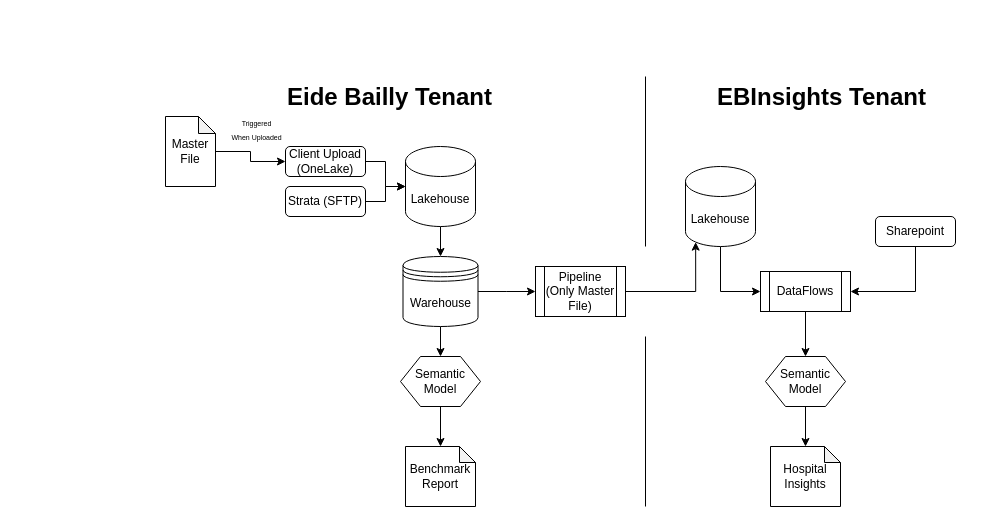
Earlier version of the draw.io diagram page "Master File Process" (1 of 5) of Strata Architecture.drawio (billjirik/drawio). Source tidied: cells renumbered, new cells numbered last; positions are measured from the earlier drawing's top-left corner, leaving out a move shared by most shapes. Both pictures are drawn from the tidied source at 100%, with x=0, y=0 at pixel (165, 76).
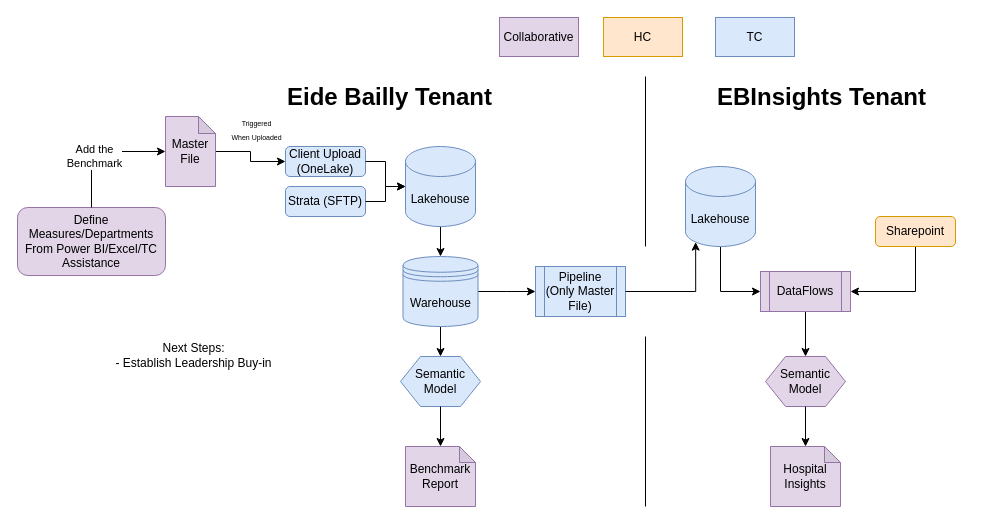
After the change.

The edit, as a diff of the source:
```diff
@@
-    <mxCell id="4" value="DataFlows" style="shape=process;whiteSpace=wrap;html=1;backgroundOutline=1;" parent="1" vertex="1">
+    <mxCell id="4" value="DataFlows" style="shape=process;whiteSpace=wrap;html=1;backgroundOutline=1;fillColor=#e1d5e7;strokeColor=#9673a6;" parent="1" vertex="1">
       <mxGeometry x="595" y="195" width="90" height="40" as="geometry" />
     </mxCell>
-    <mxCell id="5" value="Semantic Model" style="shape=hexagon;perimeter=hexagonPerimeter2;whiteSpace=wrap;html=1;fixedSize=1;" parent="1" vertex="1">
+    <mxCell id="5" value="Semantic Model" style="shape=hexagon;perimeter=hexagonPerimeter2;whiteSpace=wrap;html=1;fixedSize=1;fillColor=#dae8fc;strokeColor=#6c8ebf;" parent="1" vertex="1">
       <mxGeometry x="235" y="280" width="80" height="50" as="geometry" />
     </mxCell>
-    <mxCell id="6" value="Semantic Model" style="shape=hexagon;perimeter=hexagonPerimeter2;whiteSpace=wrap;html=1;fixedSize=1;" parent="1" vertex="1">
+    <mxCell id="6" value="Semantic Model" style="shape=hexagon;perimeter=hexagonPerimeter2;whiteSpace=wrap;html=1;fixedSize=1;fillColor=#e1d5e7;strokeColor=#9673a6;" parent="1" vertex="1">
       <mxGeometry x="600" y="280" width="80" height="50" as="geometry" />
     </mxCell>
@@
-    <mxCell id="8" value="Client Upload&lt;div&gt;(OneLake)&lt;/div&gt;" style="rounded=1;whiteSpace=wrap;html=1;" parent="1" vertex="1">
+    <mxCell id="8" value="Client Upload&lt;div&gt;(OneLake)&lt;/div&gt;" style="rounded=1;whiteSpace=wrap;html=1;fillColor=#dae8fc;strokeColor=#6c8ebf;" parent="1" vertex="1">
       <mxGeometry x="120" y="70" width="80" height="30" as="geometry" />
     </mxCell>
@@
-    <mxCell id="10" value="Sharepoint" style="rounded=1;whiteSpace=wrap;html=1;" parent="1" vertex="1">
+    <mxCell id="10" value="Sharepoint" style="rounded=1;whiteSpace=wrap;html=1;fillColor=#ffe6cc;strokeColor=#d79b00;" parent="1" vertex="1">
       <mxGeometry x="710" y="140" width="80" height="30" as="geometry" />
     </mxCell>
@@
-    <mxCell id="14" value="Lakehouse" style="shape=cylinder3;whiteSpace=wrap;html=1;boundedLbl=1;backgroundOutline=1;size=15;" parent="1" vertex="1">
+    <mxCell id="14" value="Lakehouse" style="shape=cylinder3;whiteSpace=wrap;html=1;boundedLbl=1;backgroundOutline=1;size=15;fillColor=#dae8fc;strokeColor=#6c8ebf;" parent="1" vertex="1">
       <mxGeometry x="240" y="70" width="70" height="80" as="geometry" />
     </mxCell>
@@
-    <mxCell id="16" value="Strata (SFTP)" style="rounded=1;whiteSpace=wrap;html=1;" parent="1" vertex="1">
+    <mxCell id="16" value="Strata (SFTP)" style="rounded=1;whiteSpace=wrap;html=1;fillColor=#dae8fc;strokeColor=#6c8ebf;" parent="1" vertex="1">
       <mxGeometry x="120" y="110" width="80" height="30" as="geometry" />
     </mxCell>
@@
-    <mxCell id="20" value="Warehouse" style="shape=datastore;whiteSpace=wrap;html=1;" parent="1" vertex="1">
+    <mxCell id="20" value="Warehouse" style="shape=datastore;whiteSpace=wrap;html=1;fillColor=#dae8fc;strokeColor=#6c8ebf;" parent="1" vertex="1">
       <mxGeometry x="237.5" y="180" width="75" height="70" as="geometry" />
     </mxCell>
-    <mxCell id="21" value="&lt;div&gt;&lt;span style=&quot;background-color: transparent; color: light-dark(rgb(0, 0, 0), rgb(255, 255, 255));&quot;&gt;Benchmark Report&lt;/span&gt;&lt;/div&gt;" style="shape=note;whiteSpace=wrap;html=1;backgroundOutline=1;darkOpacity=0.05;size=16;" parent="1" vertex="1">
+    <mxCell id="21" value="&lt;div&gt;&lt;span style=&quot;background-color: transparent; color: light-dark(rgb(0, 0, 0), rgb(255, 255, 255));&quot;&gt;Benchmark Report&lt;/span&gt;&lt;/div&gt;" style="shape=note;whiteSpace=wrap;html=1;backgroundOutline=1;darkOpacity=0.05;size=16;fillColor=#e1d5e7;strokeColor=#9673a6;" parent="1" vertex="1">
       <mxGeometry x="240" y="370" width="70" height="60" as="geometry" />
     </mxCell>
@@
-    <mxCell id="25" value="Lakehouse" style="shape=cylinder3;whiteSpace=wrap;html=1;boundedLbl=1;backgroundOutline=1;size=15;" parent="1" vertex="1">
+    <mxCell id="25" value="Lakehouse" style="shape=cylinder3;whiteSpace=wrap;html=1;boundedLbl=1;backgroundOutline=1;size=15;fillColor=#dae8fc;strokeColor=#6c8ebf;" parent="1" vertex="1">
       <mxGeometry x="520" y="90" width="70" height="80" as="geometry" />
     </mxCell>
-    <mxCell id="26" value="Hospital Insights" style="shape=note;whiteSpace=wrap;html=1;backgroundOutline=1;darkOpacity=0.05;size=16;" parent="1" vertex="1">
+    <mxCell id="26" value="Hospital Insights" style="shape=note;whiteSpace=wrap;html=1;backgroundOutline=1;darkOpacity=0.05;size=16;fillColor=#e1d5e7;strokeColor=#9673a6;" parent="1" vertex="1">
       <mxGeometry x="605" y="370" width="70" height="60" as="geometry" />
     </mxCell>
-    <mxCell id="27" value="Pipeline&lt;div&gt;(Only Master&lt;/div&gt;&lt;div&gt;File)&lt;/div&gt;" style="shape=process;whiteSpace=wrap;html=1;backgroundOutline=1;" parent="1" vertex="1">
+    <mxCell id="27" value="Pipeline&lt;div&gt;(Only Master&lt;/div&gt;&lt;div&gt;File)&lt;/div&gt;" style="shape=process;whiteSpace=wrap;html=1;backgroundOutline=1;fillColor=#dae8fc;strokeColor=#6c8ebf;" parent="1" vertex="1">
       <mxGeometry x="370" y="190" width="90" height="50" as="geometry" />
     </mxCell>
@@
-    <mxCell id="31" value="Master&lt;div&gt;File&lt;/div&gt;" style="shape=note;whiteSpace=wrap;html=1;backgroundOutline=1;darkOpacity=0.05;size=17;" parent="1" vertex="1">
+    <mxCell id="31" value="Master&lt;div&gt;File&lt;/div&gt;" style="shape=note;whiteSpace=wrap;html=1;backgroundOutline=1;darkOpacity=0.05;size=17;fillColor=#e1d5e7;strokeColor=#9673a6;" parent="1" vertex="1">
       <mxGeometry y="40" width="50" height="70" as="geometry" />
     </mxCell>
+    <mxCell id="32" value="Define Measures/Departments&lt;div&gt;From Power BI/Excel/TC Assistance&lt;/div&gt;" style="rounded=1;whiteSpace=wrap;html=1;fillColor=#e1d5e7;strokeColor=#9673a6;" parent="1" vertex="1">
+      <mxGeometry x="-148" y="131" width="148" height="68" as="geometry" />
+    </mxCell>
+    <mxCell id="33" style="edgeStyle=orthogonalEdgeStyle;rounded=0;jettySize=auto;html=1;entryX=0;entryY=0.5;entryDx=0;entryDy=0;entryPerimeter=0;" parent="1" edge="1" source="32" target="31">
+      <mxGeometry relative="1" as="geometry" />
+    </mxCell>
+    <mxCell id="34" value="Add the&lt;div&gt;Benchmark&lt;/div&gt;" style="edgeLabel;html=1;align=center;verticalAlign=middle;" parent="33" vertex="1">
+      <mxGeometry x="-0.2" y="-2" relative="1" as="geometry" />
+    </mxCell>
+    <mxCell id="35" value="HC" style="rounded=0;whiteSpace=wrap;html=1;fillColor=#ffe6cc;strokeColor=#d79b00;" parent="1" vertex="1">
+      <mxGeometry x="438" y="-59" width="79" height="39" as="geometry" />
+    </mxCell>
+    <mxCell id="36" value="TC" style="rounded=0;whiteSpace=wrap;html=1;fillColor=#dae8fc;strokeColor=#6c8ebf;" parent="1" vertex="1">
+      <mxGeometry x="550" y="-59" width="79" height="39" as="geometry" />
+    </mxCell>
+    <mxCell id="37" value="Collaborative" style="rounded=0;whiteSpace=wrap;html=1;fillColor=#e1d5e7;strokeColor=#9673a6;" parent="1" vertex="1">
+      <mxGeometry x="334" y="-59" width="79" height="39" as="geometry" />
+    </mxCell>
+    <mxCell id="38" value="Next Steps:&lt;div&gt;- Establish Leadership Buy-in&lt;/div&gt;" style="text;html=1;align=center;verticalAlign=middle;whiteSpace=wrap;rounded=0;" parent="1" vertex="1">
+      <mxGeometry x="-91" y="264" width="239" height="30" as="geometry" />
+    </mxCell>
```
